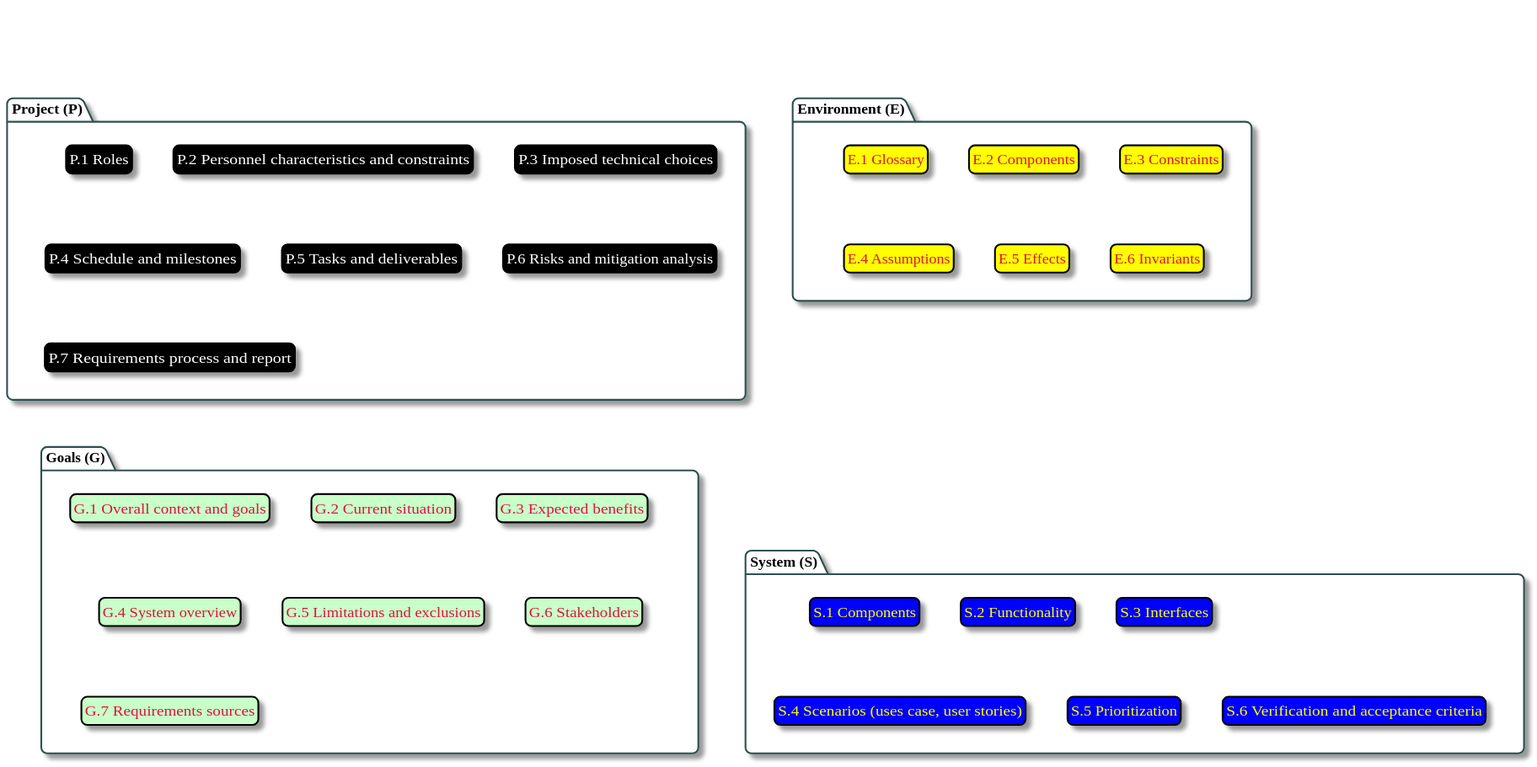
This is images/classification.svg from FormalRequirements/requirements-handbook-companion, a PlantUML export, as it was before one commit.
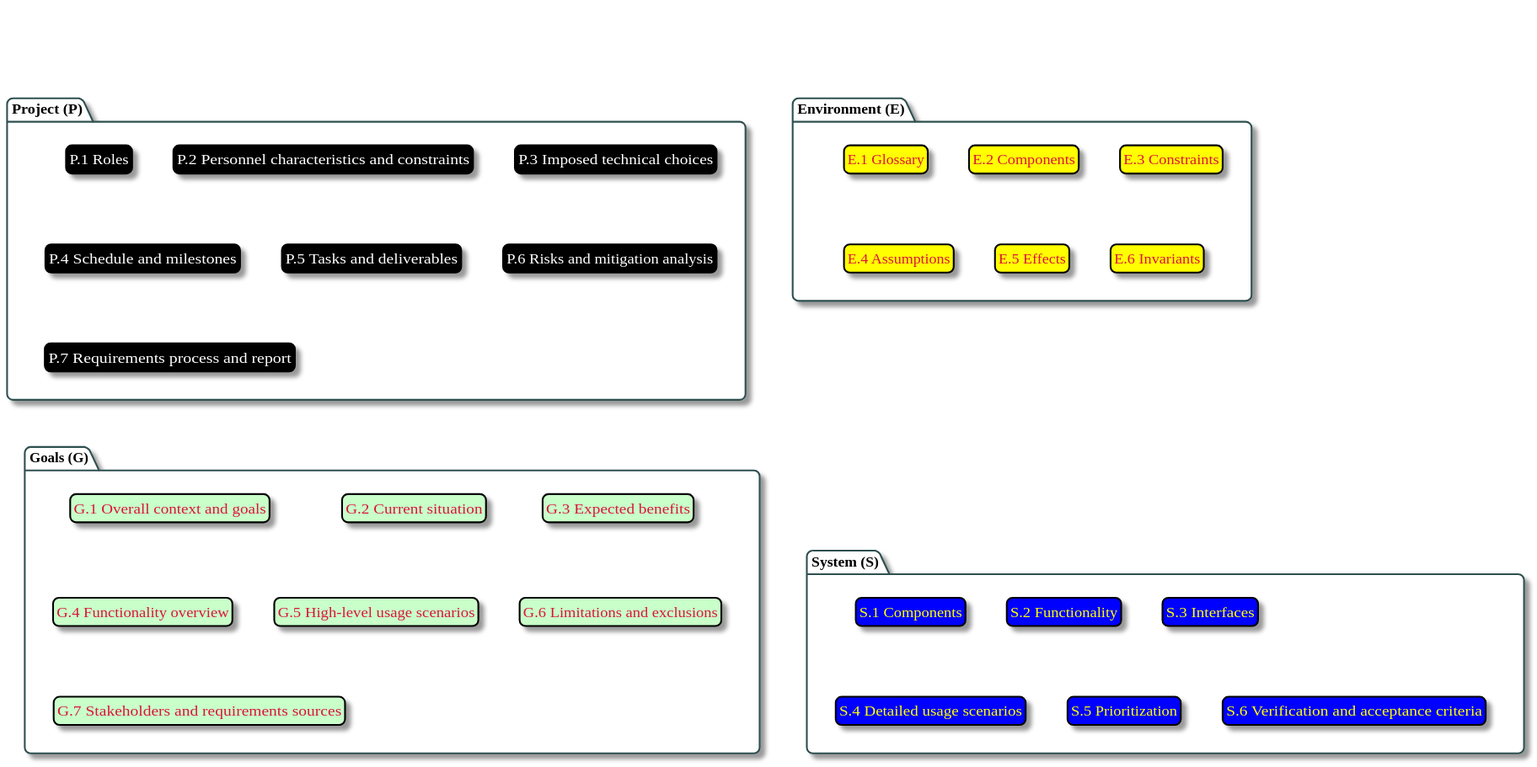
The same file after the commit.

The edit, as a diff of the source:
```diff
@@ -25,17 +25,17 @@
     class g1 as "G.1 Overall context and goals" <<Goals>>
     class g2 as "G.2 Current situation"  <<Goals>>
     class g3 as "G.3 Expected benefits"  <<Goals>>
-    class g4 as "G.4 System overview"  <<Goals>>
-    class g5 as "G.5 Limitations and exclusions" <<Goals>>
-    class g6 as "G.6 Stakeholders"  <<Goals>>
-    class g7 as "G.7 Requirements sources"  <<Goals>>
+    class g4 as "G.4 Functionality overview"  <<Goals>>
+    class g5 as "G.5 High-level usage scenarios" <<Goals>>
+    class g6 as "G.6 Limitations and exclusions"  <<Goals>>
+    class g7 as "G.7 Stakeholders and requirements sources"  <<Goals>>
 }
 
 package S as "System (S)" {
     class s1 as "S.1 Components" <<System>>
     class s2 as "S.2 Functionality" <<System>>
     class s3 as "S.3 Interfaces" <<System>>
-    class s4 as "S.4 Scenarios (uses case, user stories)" <<System>>
+    class s4 as "S.4 Detailed usage scenarios" <<System>>
     class s5 as "S.5 Prioritization" <<System>>
     class s6 as "S.6 Verification and acceptance criteria" <<System>>
 }
```
